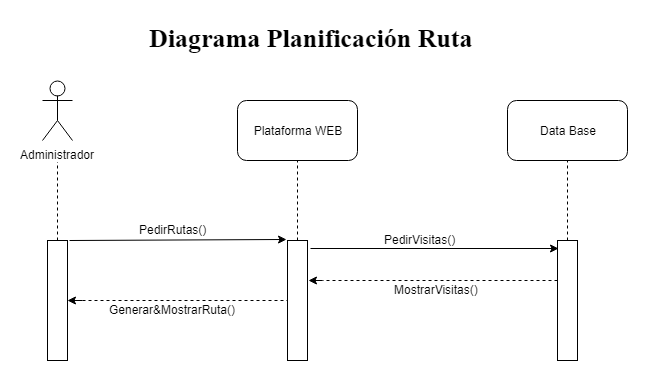
Before: Diagramas de secuencias/Diagrama Secuencia Planificación Ruta.png, a diagram exported from draw.io (DanSotoC/G4HD). Source tidied: cells renumbered, new cells last; positions are measured from the earlier drawing's top-left corner, leaving out a move shared by most shapes.
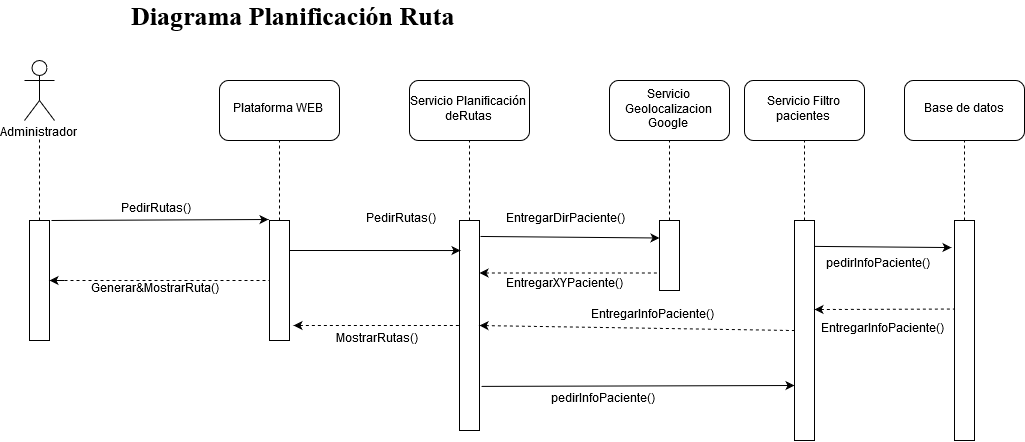
The same file after the commit.

Change to the diagram source:
```diff
@@ -13,8 +13,8 @@
     <mxCell id="4" style="endArrow=none;dashed=1;html=1;entryX=0.5;entryY=1;entryDx=0;entryDy=0;" parent="1" edge="1" source="10" target="3">
       <mxGeometry relative="1" as="geometry" />
     </mxCell>
-    <mxCell id="5" value="Data Base" style="rounded=1;whiteSpace=wrap;html=1;" parent="1" vertex="1">
-      <mxGeometry x="465" y="80" width="120" height="60" as="geometry" />
+    <mxCell id="5" value="Servicio Planificación deRutas" style="rounded=1;whiteSpace=wrap;html=1;" parent="1" vertex="1">
+      <mxGeometry x="385" y="80" width="120" height="60" as="geometry" />
     </mxCell>
     <mxCell id="6" style="endArrow=none;dashed=1;html=1;entryX=0.5;entryY=1;entryDx=0;entryDy=0;exitX=0.5;exitY=0;exitDx=0;exitDy=0;" parent="1" edge="1" source="11" target="5">
       <mxGeometry relative="1" as="geometry" />
@@ -32,7 +32,7 @@
       <mxGeometry x="245" y="220" width="20" height="120" as="geometry" />
     </mxCell>
     <mxCell id="11" style="rounded=0;whiteSpace=wrap;html=1;" parent="1" vertex="1">
-      <mxGeometry x="515" y="220" width="20" height="120" as="geometry" />
+      <mxGeometry x="435" y="220" width="20" height="210" as="geometry" />
     </mxCell>
     <mxCell id="12" style="endArrow=classic;html=1;" parent="1" edge="1">
       <mxGeometry relative="1" as="geometry">
@@ -43,26 +43,15 @@
     <mxCell id="13" value="PedirRutas()" style="text;html=1;align=left;verticalAlign=top;spacingTop=-4;" parent="1" vertex="1">
       <mxGeometry x="95" y="200" width="80" height="20" as="geometry" />
     </mxCell>
-    <mxCell id="14" style="endArrow=classic;html=1;exitX=1.15;exitY=0.068;exitDx=0;exitDy=0;entryX=0.05;entryY=0.068;entryDx=0;entryDy=0;exitPerimeter=0;entryPerimeter=0;" parent="1" edge="1" source="10" target="11">
+    <mxCell id="14" style="endArrow=classic;html=1;exitX=1;exitY=0.25;exitDx=0;exitDy=0;entryX=0.05;entryY=0.143;entryDx=0;entryDy=0;entryPerimeter=0;" parent="1" edge="1" source="10" target="11">
       <mxGeometry relative="1" as="geometry" />
     </mxCell>
-    <mxCell id="15" value="PedirVisitas()" style="text;html=1;align=left;verticalAlign=top;spacingTop=-4;" parent="1" vertex="1">
+    <mxCell id="15" value="PedirRutas()" style="text;html=1;align=left;verticalAlign=top;spacingTop=-4;" parent="1" vertex="1">
       <mxGeometry x="340" y="210" width="90" height="20" as="geometry" />
     </mxCell>
-    <mxCell id="16" style="endArrow=none;dashed=1;html=1;" parent="1" edge="1">
-      <mxGeometry relative="1" as="geometry">
-        <mxPoint x="515" y="260" as="sourcePoint" />
-        <mxPoint x="280" y="260" as="targetPoint" />
-      </mxGeometry>
-    </mxCell>
-    <mxCell id="17" value="MostrarVisitas()" style="text;html=1;align=left;verticalAlign=top;spacingTop=-4;" parent="1" vertex="1">
-      <mxGeometry x="350" y="260" width="100" height="20" as="geometry" />
+    <mxCell id="17" value="MostrarRutas()" style="text;html=1;align=left;verticalAlign=top;spacingTop=-4;" parent="1" vertex="1">
+      <mxGeometry x="310" y="330" width="100" height="20" as="geometry" />
     </mxCell>
-    <mxCell id="18" style="endArrow=classic;html=1;entryX=1.026;entryY=0.336;entryDx=0;entryDy=0;entryPerimeter=0;" parent="1" edge="1" target="10">
-      <mxGeometry relative="1" as="geometry">
-        <mxPoint x="280" y="260" as="sourcePoint" />
-      </mxGeometry>
-    </mxCell>
     <mxCell id="19" style="endArrow=none;dashed=1;html=1;entryX=0;entryY=0.5;entryDx=0;entryDy=0;" parent="1" edge="1" target="10">
       <mxGeometry relative="1" as="geometry">
         <mxPoint x="40" y="280" as="sourcePoint" />
@@ -76,5 +65,84 @@
     <mxCell id="21" value="Generar&amp;amp;MostrarRuta()" style="text;html=1;align=left;verticalAlign=top;spacingTop=-4;" parent="1" vertex="1">
       <mxGeometry x="65" y="280" width="140" height="20" as="geometry" />
     </mxCell>
+    <mxCell id="22" style="rounded=0;whiteSpace=wrap;html=1;" parent="1" vertex="1">
+      <mxGeometry x="635" y="220" width="20" height="70" as="geometry" />
+    </mxCell>
+    <mxCell id="23" style="endArrow=classic;html=1;entryX=0;entryY=0.25;entryDx=0;entryDy=0;exitX=1.05;exitY=0.076;exitDx=0;exitDy=0;exitPerimeter=0;" parent="1" edge="1" source="11" target="22">
+      <mxGeometry relative="1" as="geometry" />
+    </mxCell>
+    <mxCell id="24" value="Servicio Filtro pacientes" style="rounded=1;whiteSpace=wrap;html=1;" parent="1" vertex="1">
+      <mxGeometry x="720" y="80" width="120" height="60" as="geometry" />
+    </mxCell>
+    <mxCell id="25" style="endArrow=none;dashed=1;html=1;entryX=0.5;entryY=1;entryDx=0;entryDy=0;exitX=0.5;exitY=0;exitDx=0;exitDy=0;" parent="1" edge="1" target="24">
+      <mxGeometry relative="1" as="geometry">
+        <mxPoint x="780" y="220" as="sourcePoint" />
+      </mxGeometry>
+    </mxCell>
+    <mxCell id="26" value="EntregarDirPaciente()" style="text;html=1;align=left;verticalAlign=top;spacingTop=-4;" parent="1" vertex="1">
+      <mxGeometry x="480" y="210" width="130" height="20" as="geometry" />
+    </mxCell>
+    <mxCell id="27" style="endArrow=classic;html=1;exitX=1.1;exitY=0.79;exitDx=0;exitDy=0;entryX=0;entryY=0.75;entryDx=0;entryDy=0;exitPerimeter=0;" parent="1" edge="1" source="11" target="29">
+      <mxGeometry relative="1" as="geometry" />
+    </mxCell>
+    <mxCell id="28" value="pedirInfoPaciente()" style="text;html=1;align=left;verticalAlign=top;spacingTop=-4;" parent="1" vertex="1">
+      <mxGeometry x="525" y="390" width="120" height="20" as="geometry" />
+    </mxCell>
+    <mxCell id="29" style="rounded=0;whiteSpace=wrap;html=1;" parent="1" vertex="1">
+      <mxGeometry x="770" y="220" width="20" height="220" as="geometry" />
+    </mxCell>
+    <mxCell id="30" value="&lt;div&gt;Servicio Geolocalizacion&lt;/div&gt;&lt;div&gt;Google&lt;br&gt;&lt;/div&gt;" style="rounded=1;whiteSpace=wrap;html=1;" parent="1" vertex="1">
+      <mxGeometry x="585" y="80" width="120" height="60" as="geometry" />
+    </mxCell>
+    <mxCell id="31" style="endArrow=none;dashed=1;html=1;entryX=0.5;entryY=1;entryDx=0;entryDy=0;exitX=0.5;exitY=0;exitDx=0;exitDy=0;" parent="1" edge="1" target="30">
+      <mxGeometry relative="1" as="geometry">
+        <mxPoint x="645" y="220" as="sourcePoint" />
+      </mxGeometry>
+    </mxCell>
+    <mxCell id="32" style="endArrow=none;dashed=1;html=1;entryX=0;entryY=0.5;entryDx=0;entryDy=0;startArrow=classic;startFill=1;exitX=1;exitY=0.5;exitDx=0;exitDy=0;" parent="1" edge="1" source="11" target="29">
+      <mxGeometry relative="1" as="geometry" />
+    </mxCell>
+    <mxCell id="33" value="EntregarInfoPaciente()" style="text;html=1;align=left;verticalAlign=top;spacingTop=-4;" parent="1" vertex="1">
+      <mxGeometry x="565" y="306" width="140" height="20" as="geometry" />
+    </mxCell>
+    <mxCell id="34" style="endArrow=none;dashed=1;html=1;entryX=0;entryY=0.75;entryDx=0;entryDy=0;startArrow=classic;startFill=1;exitX=1;exitY=0.25;exitDx=0;exitDy=0;" parent="1" edge="1" source="11" target="22">
+      <mxGeometry relative="1" as="geometry" />
+    </mxCell>
+    <mxCell id="35" value="EntregarXYPaciente()" style="text;html=1;align=left;verticalAlign=top;spacingTop=-4;" parent="1" vertex="1">
+      <mxGeometry x="480" y="275" width="130" height="20" as="geometry" />
+    </mxCell>
+    <mxCell id="36" value="Base de datos" style="rounded=1;whiteSpace=wrap;html=1;" parent="1" vertex="1">
+      <mxGeometry x="880" y="80" width="120" height="60" as="geometry" />
+    </mxCell>
+    <mxCell id="37" style="endArrow=none;dashed=1;html=1;entryX=0.5;entryY=1;entryDx=0;entryDy=0;exitX=0.5;exitY=0;exitDx=0;exitDy=0;" parent="1" edge="1" target="36">
+      <mxGeometry relative="1" as="geometry">
+        <mxPoint x="940" y="220" as="sourcePoint" />
+      </mxGeometry>
+    </mxCell>
+    <mxCell id="38" style="rounded=0;whiteSpace=wrap;html=1;" parent="1" vertex="1">
+      <mxGeometry x="930" y="220" width="20" height="220" as="geometry" />
+    </mxCell>
+    <mxCell id="39" style="endArrow=classic;html=1;exitX=1.1;exitY=0.79;exitDx=0;exitDy=0;exitPerimeter=0;entryX=-0.15;entryY=0.123;entryDx=0;entryDy=0;entryPerimeter=0;" parent="1" edge="1" target="38">
+      <mxGeometry relative="1" as="geometry">
+        <mxPoint x="790" y="245.9" as="sourcePoint" />
+      </mxGeometry>
+    </mxCell>
+    <mxCell id="40" value="pedirInfoPaciente()" style="text;html=1;align=left;verticalAlign=top;spacingTop=-4;" parent="1" vertex="1">
+      <mxGeometry x="800" y="255" width="120" height="20" as="geometry" />
+    </mxCell>
+    <mxCell id="41" style="endArrow=none;dashed=1;html=1;entryX=0;entryY=0.75;entryDx=0;entryDy=0;startArrow=classic;startFill=1;" parent="1" edge="1">
+      <mxGeometry relative="1" as="geometry">
+        <mxPoint x="790" y="309" as="sourcePoint" />
+        <mxPoint x="930" y="308.5" as="targetPoint" />
+      </mxGeometry>
+    </mxCell>
+    <mxCell id="42" value="EntregarInfoPaciente()" style="text;html=1;align=left;verticalAlign=top;spacingTop=-4;" parent="1" vertex="1">
+      <mxGeometry x="795" y="320" width="140" height="20" as="geometry" />
+    </mxCell>
+    <mxCell id="43" style="endArrow=none;dashed=1;html=1;entryX=0;entryY=0.5;entryDx=0;entryDy=0;startArrow=classic;startFill=1;" parent="1" edge="1" target="11">
+      <mxGeometry relative="1" as="geometry">
+        <mxPoint x="269" y="325" as="sourcePoint" />
+      </mxGeometry>
+    </mxCell>
   </root>
 </mxGraphModel>
```
